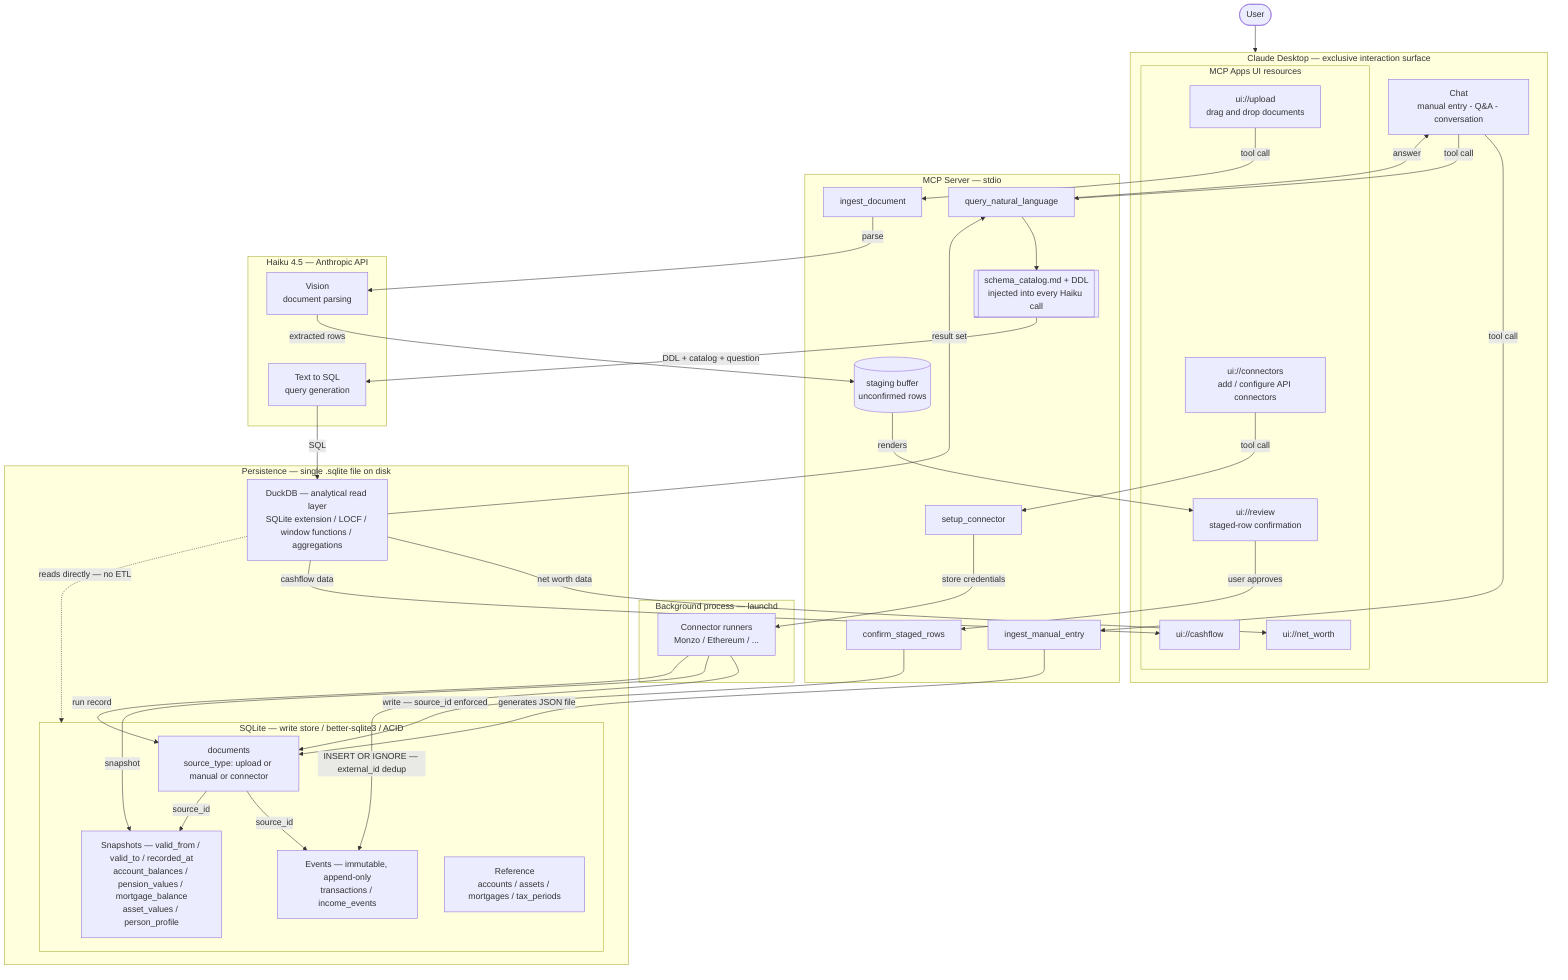
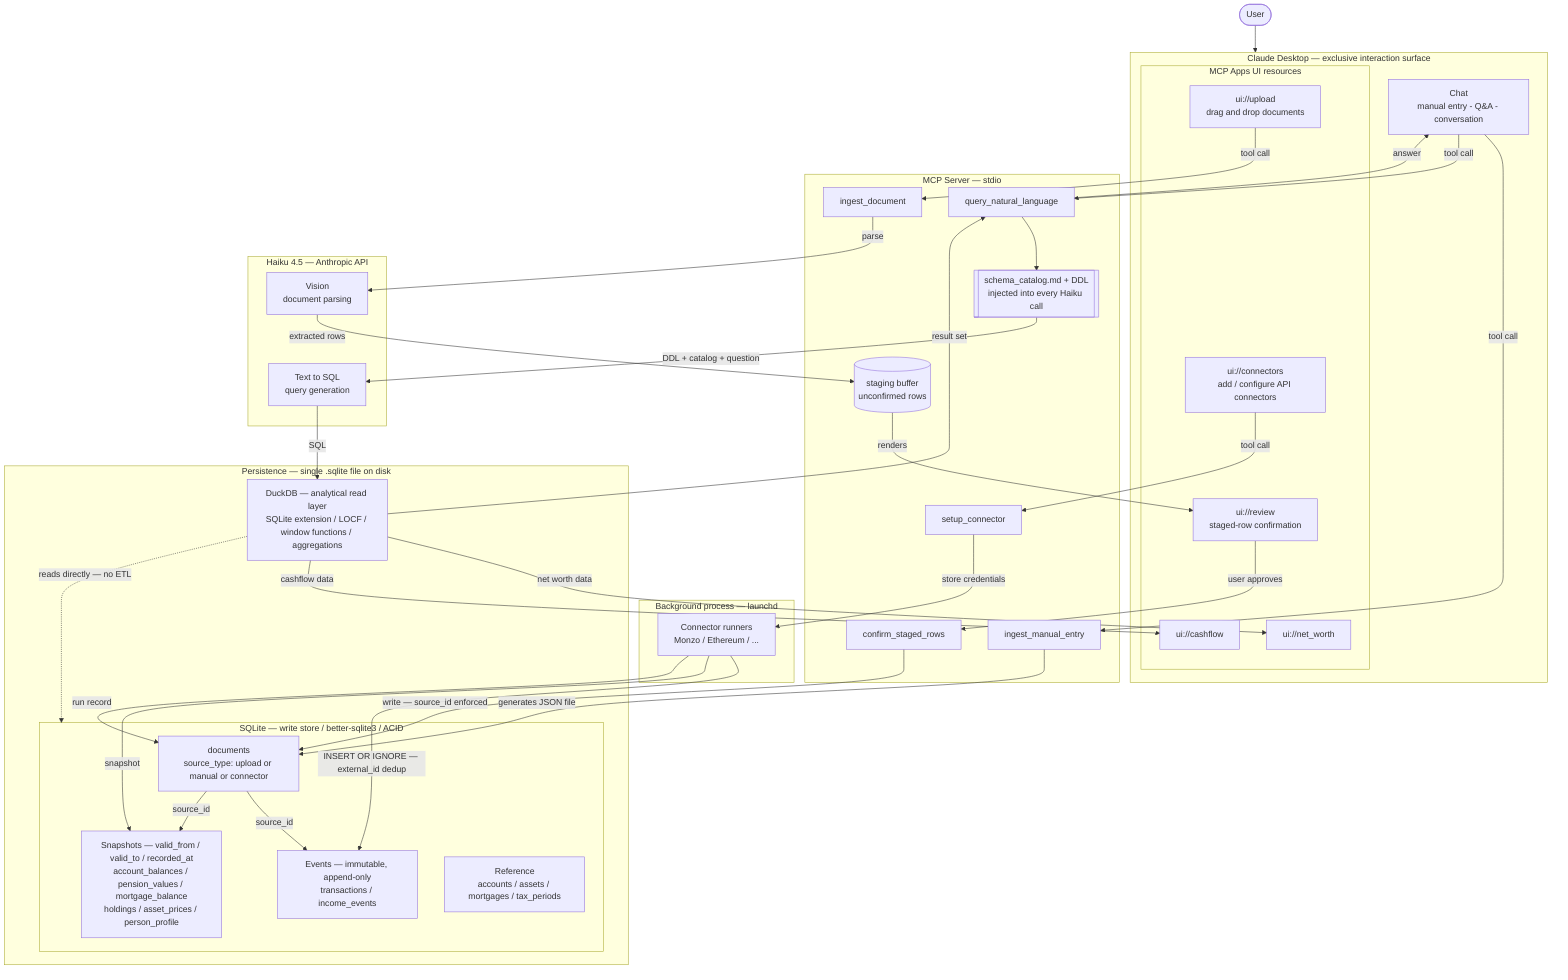
flowchart TD
    USER(["User"])

    subgraph CD["Claude Desktop — exclusive interaction surface"]
        CHAT["Chat\nmanual entry - Q&A - conversation"]
        subgraph UI["MCP Apps UI resources"]
            UPLOAD["ui://upload\ndrag and drop documents"]
            CONNECTORS["ui://connectors\nadd / configure API connectors"]
            REVIEW["ui://review\nstaged-row confirmation"]
            NW["ui://net_worth"]
            CF["ui://cashflow"]
        end
    end

    subgraph MCP["MCP Server — stdio"]
        IT["ingest_document"]
        ME["ingest_manual_entry"]
        SC["setup_connector"]
        QT["query_natural_language"]
        CT["confirm_staged_rows"]
        STAGE[("staging buffer\nunconfirmed rows")]
        CAT[["schema_catalog.md + DDL\ninjected into every Haiku call"]]
    end

    subgraph BGP["Background process — launchd"]
        CONN["Connector runners\nMonzo / Ethereum / ..."]
    end

    subgraph HAIKU["Haiku 4.5 — Anthropic API"]
        VIS["Vision\ndocument parsing"]
        T2S["Text to SQL\nquery generation"]
    end

    subgraph PERSIST["Persistence — single .sqlite file on disk"]
        subgraph WRITE["SQLite — write store / better-sqlite3 / ACID"]
            DOCS["documents\nsource_type: upload or manual or connector"]
            EV["Events — immutable, append-only\ntransactions / income_events"]
-             SN["Snapshots — valid_from / valid_to / recorded_at\naccount_balances / pension_values / mortgage_balance\nasset_values / person_profile"]
+             SN["Snapshots — valid_from / valid_to / recorded_at\naccount_balances / pension_values / mortgage_balance\nholdings / asset_prices / person_profile"]
            RF["Reference\naccounts / assets / mortgages / tax_periods"]
        end
        READ["DuckDB — analytical read layer\nSQLite extension / LOCF / window functions / aggregations"]
    end

    USER --> CD

    UPLOAD -->|"tool call"| IT
    IT -->|parse| VIS
    VIS -->|extracted rows| STAGE
    STAGE -->|renders| REVIEW
    REVIEW -->|user approves| CT
    CT -->|"write — source_id enforced"| DOCS

    CHAT -->|"tool call"| ME
    ME -->|"generates JSON file"| DOCS

    CONNECTORS -->|"tool call"| SC
    SC -->|"store credentials"| CONN

    CONN -->|"INSERT OR IGNORE — external_id dedup"| EV
    CONN -->|snapshot| SN
    CONN -->|run record| DOCS

    DOCS -->|source_id| EV
    DOCS -->|source_id| SN

    CHAT -->|"tool call"| QT
    QT --> CAT
    CAT -->|"DDL + catalog + question"| T2S
    T2S -->|SQL| READ
    READ -.->|"reads directly — no ETL"| WRITE
    READ -->|result set| QT
    QT -->|answer| CHAT

    READ -->|net worth data| NW
    READ -->|cashflow data| CF
